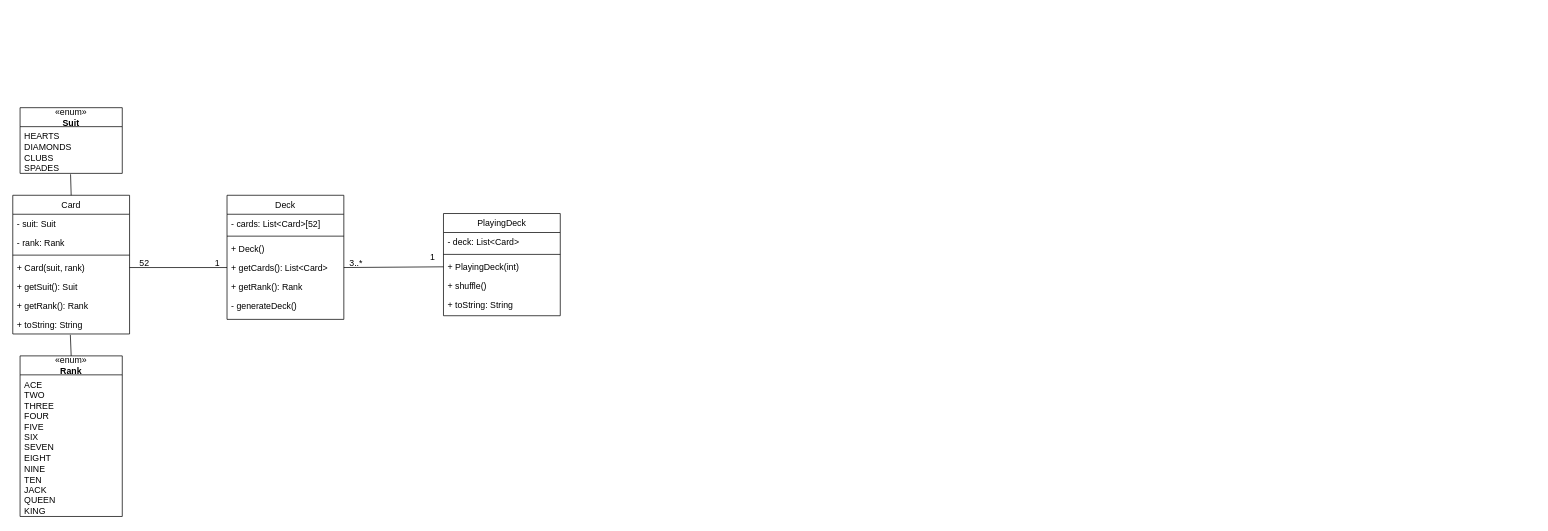
Above: Phase2_UML_Class_Diagrams.drawio in Bob-02/CS401-Blackjack (draw.io), before the change. Source tidied: cells renumbered, new cells numbered last; positions are measured from the earlier drawing's top-left corner, leaving out a move shared by most shapes. Both pictures are drawn from the tidied source at 73%, with x=0, y=0 at pixel (12, 107).
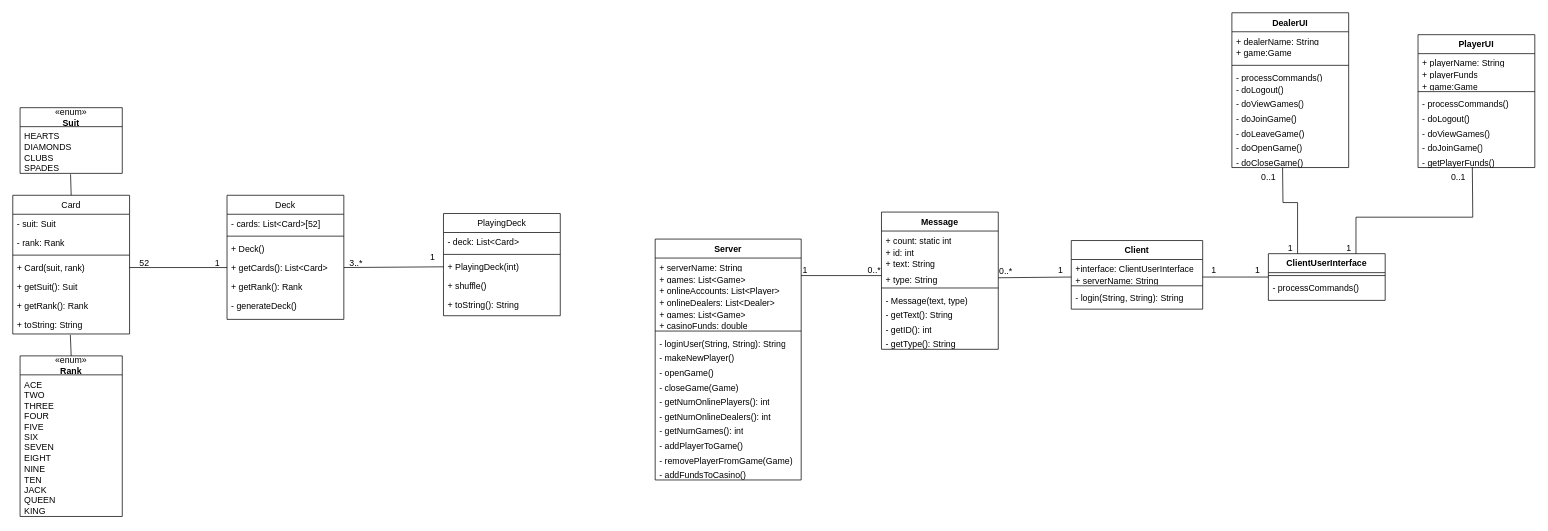
The same page after the edit.

The change refers to these unchanged cells:
```xml
<mxCell id="17" value="PlayingDeck" style="swimlane;fontStyle=0;align=center;verticalAlign=top;horizontal=1;startSize=26;rounded=0;shadow=0;strokeWidth=1;" parent="1" vertex="1">
  <mxGeometry x="590" y="145" width="160" height="140" as="geometry" />
</mxCell>
```

What changed in the source:
```diff
@@
-    <mxCell id="22" value="+ toString: String" style="text;align=left;verticalAlign=top;spacingLeft=4;spacingRight=4;overflow=hidden;" parent="17" vertex="1">
+    <mxCell id="22" value="+ toString(): String" style="text;align=left;verticalAlign=top;spacingLeft=4;spacingRight=4;overflow=hidden;" parent="17" vertex="1">
       <mxGeometry y="112" width="160" height="26" as="geometry" />
     </mxCell>
@@
+    <mxCell id="35" value="PlayerUI" style="swimlane;fontStyle=1;align=center;verticalAlign=top;horizontal=1;startSize=26;whiteSpace=wrap;html=1;" parent="1" vertex="1">
+      <mxGeometry x="1925" y="-100" width="160" height="182" as="geometry" />
+    </mxCell>
+    <mxCell id="36" value="+ playerName: String" style="text;strokeColor=none;fillColor=none;align=left;verticalAlign=top;spacingLeft=4;spacingRight=4;overflow=hidden;whiteSpace=wrap;html=1;" parent="35" vertex="1">
+      <mxGeometry y="26" width="160" height="16" as="geometry" />
+    </mxCell>
+    <mxCell id="37" value="+ playerFunds" style="text;strokeColor=none;fillColor=none;align=left;verticalAlign=top;spacingLeft=4;spacingRight=4;overflow=hidden;whiteSpace=wrap;html=1;" parent="35" vertex="1">
+      <mxGeometry y="42" width="160" height="16" as="geometry" />
+    </mxCell>
+    <mxCell id="38" value="+ game:Game" style="text;strokeColor=none;fillColor=none;align=left;verticalAlign=top;spacingLeft=4;spacingRight=4;overflow=hidden;whiteSpace=wrap;html=1;" parent="35" vertex="1">
+      <mxGeometry y="58" width="160" height="16" as="geometry" />
+    </mxCell>
+    <mxCell id="39" style="line;strokeWidth=1;fillColor=none;align=left;verticalAlign=middle;spacingTop=-1;spacingLeft=3;spacingRight=3;labelPosition=right;strokeColor=inherit;" parent="35" vertex="1">
+      <mxGeometry y="74" width="160" height="8" as="geometry" />
+    </mxCell>
+    <mxCell id="40" value="- processCommands()" style="text;strokeColor=none;fillColor=none;align=left;verticalAlign=top;spacingLeft=4;spacingRight=4;overflow=hidden;whiteSpace=wrap;html=1;" parent="35" vertex="1">
+      <mxGeometry y="82" width="160" height="20" as="geometry" />
+    </mxCell>
+    <mxCell id="41" value="- doLogout()" style="text;strokeColor=none;fillColor=none;align=left;verticalAlign=top;spacingLeft=4;spacingRight=4;overflow=hidden;whiteSpace=wrap;html=1;" parent="35" vertex="1">
+      <mxGeometry y="102" width="160" height="20" as="geometry" />
+    </mxCell>
+    <mxCell id="42" value="- doViewGames()" style="text;strokeColor=none;fillColor=none;align=left;verticalAlign=top;spacingLeft=4;spacingRight=4;overflow=hidden;whiteSpace=wrap;html=1;" parent="35" vertex="1">
+      <mxGeometry y="122" width="160" height="20" as="geometry" />
+    </mxCell>
+    <mxCell id="43" value="- doJoinGame()" style="text;strokeColor=none;fillColor=none;align=left;verticalAlign=top;spacingLeft=4;spacingRight=4;overflow=hidden;whiteSpace=wrap;html=1;" parent="35" vertex="1">
+      <mxGeometry y="142" width="160" height="20" as="geometry" />
+    </mxCell>
+    <mxCell id="44" value="- getPlayerFunds()" style="text;strokeColor=none;fillColor=none;align=left;verticalAlign=top;spacingLeft=4;spacingRight=4;overflow=hidden;points=[[0,0.5],[1,0.5]];portConstraint=eastwest;whiteSpace=wrap;html=1;" parent="35" vertex="1">
+      <mxGeometry y="162" width="160" height="20" as="geometry" />
+    </mxCell>
+    <mxCell id="45" value="DealerUI" style="swimlane;fontStyle=1;align=center;verticalAlign=top;horizontal=1;startSize=26;whiteSpace=wrap;html=1;" parent="1" vertex="1">
+      <mxGeometry x="1670" y="-130" width="160" height="212" as="geometry" />
+    </mxCell>
+    <mxCell id="46" value="+ dealerName: String" style="text;strokeColor=none;fillColor=none;align=left;verticalAlign=top;spacingLeft=4;spacingRight=4;overflow=hidden;whiteSpace=wrap;html=1;" parent="45" vertex="1">
+      <mxGeometry y="26" width="160" height="16" as="geometry" />
+    </mxCell>
+    <mxCell id="47" value="+ game:Game" style="text;strokeColor=none;fillColor=none;align=left;verticalAlign=top;spacingLeft=4;spacingRight=4;overflow=hidden;whiteSpace=wrap;html=1;" parent="45" vertex="1">
+      <mxGeometry y="42" width="160" height="26" as="geometry" />
+    </mxCell>
+    <mxCell id="48" style="line;strokeWidth=1;fillColor=none;align=left;verticalAlign=middle;spacingTop=-1;spacingLeft=3;spacingRight=3;labelPosition=right;strokeColor=inherit;" parent="45" vertex="1">
+      <mxGeometry y="68" width="160" height="8" as="geometry" />
+    </mxCell>
+    <mxCell id="49" value="- processCommands()" style="text;strokeColor=none;fillColor=none;align=left;verticalAlign=top;spacingLeft=4;spacingRight=4;overflow=hidden;whiteSpace=wrap;html=1;" parent="45" vertex="1">
+      <mxGeometry y="76" width="160" height="16" as="geometry" />
+    </mxCell>
+    <mxCell id="50" value="- doLogout()" style="text;strokeColor=none;fillColor=none;align=left;verticalAlign=top;spacingLeft=4;spacingRight=4;overflow=hidden;whiteSpace=wrap;html=1;" parent="45" vertex="1">
+      <mxGeometry y="92" width="160" height="20" as="geometry" />
+    </mxCell>
+    <mxCell id="51" value="- doViewGames()" style="text;strokeColor=none;fillColor=none;align=left;verticalAlign=top;spacingLeft=4;spacingRight=4;overflow=hidden;whiteSpace=wrap;html=1;" parent="45" vertex="1">
+      <mxGeometry y="112" width="160" height="20" as="geometry" />
+    </mxCell>
+    <mxCell id="52" value="- doJoinGame()" style="text;strokeColor=none;fillColor=none;align=left;verticalAlign=top;spacingLeft=4;spacingRight=4;overflow=hidden;whiteSpace=wrap;html=1;" parent="45" vertex="1">
+      <mxGeometry y="132" width="160" height="20" as="geometry" />
+    </mxCell>
+    <mxCell id="53" value="- doLeaveGame()" style="text;strokeColor=none;fillColor=none;align=left;verticalAlign=top;spacingLeft=4;spacingRight=4;overflow=hidden;whiteSpace=wrap;html=1;" parent="45" vertex="1">
+      <mxGeometry y="152" width="160" height="20" as="geometry" />
+    </mxCell>
+    <mxCell id="54" value="- doOpenGame()" style="text;strokeColor=none;fillColor=none;align=left;verticalAlign=top;spacingLeft=4;spacingRight=4;overflow=hidden;whiteSpace=wrap;html=1;" parent="45" vertex="1">
+      <mxGeometry y="172" width="160" height="20" as="geometry" />
+    </mxCell>
+    <mxCell id="55" value="- doCloseGame()" style="text;strokeColor=none;fillColor=none;align=left;verticalAlign=top;spacingLeft=4;spacingRight=4;overflow=hidden;points=[[0,0.5],[1,0.5]];portConstraint=eastwest;whiteSpace=wrap;html=1;" parent="45" vertex="1">
+      <mxGeometry y="192" width="160" height="20" as="geometry" />
+    </mxCell>
+    <mxCell id="56" value="Message" style="swimlane;fontStyle=1;align=center;verticalAlign=top;horizontal=1;startSize=26;whiteSpace=wrap;html=1;" parent="1" vertex="1">
+      <mxGeometry x="1190" y="143" width="160" height="188" as="geometry" />
+    </mxCell>
+    <mxCell id="57" value="+ count: static int" style="text;strokeColor=none;fillColor=none;align=left;verticalAlign=top;spacingLeft=4;spacingRight=4;overflow=hidden;whiteSpace=wrap;html=1;" parent="56" vertex="1">
+      <mxGeometry y="26" width="160" height="16" as="geometry" />
+    </mxCell>
+    <mxCell id="58" value="+ id: int" style="text;strokeColor=none;fillColor=none;align=left;verticalAlign=top;spacingLeft=4;spacingRight=4;overflow=hidden;whiteSpace=wrap;html=1;" parent="56" vertex="1">
+      <mxGeometry y="42" width="160" height="16" as="geometry" />
+    </mxCell>
+    <mxCell id="59" value="+ text: String" style="text;strokeColor=none;fillColor=none;align=left;verticalAlign=top;spacingLeft=4;spacingRight=4;overflow=hidden;whiteSpace=wrap;html=1;" parent="56" vertex="1">
+      <mxGeometry y="58" width="160" height="22" as="geometry" />
+    </mxCell>
+    <mxCell id="60" value="+ type: String" style="text;strokeColor=none;fillColor=none;align=left;verticalAlign=top;spacingLeft=4;spacingRight=4;overflow=hidden;points=[[0,0.5],[1,0.5]];portConstraint=eastwest;whiteSpace=wrap;html=1;" parent="56" vertex="1">
+      <mxGeometry y="80" width="160" height="20" as="geometry" />
+    </mxCell>
+    <mxCell id="61" style="line;strokeWidth=1;fillColor=none;align=left;verticalAlign=middle;spacingTop=-1;spacingLeft=3;spacingRight=3;labelPosition=right;strokeColor=inherit;" parent="56" vertex="1">
+      <mxGeometry y="100" width="160" height="8" as="geometry" />
+    </mxCell>
+    <mxCell id="62" value="- Message(text, type)" style="text;strokeColor=none;fillColor=none;align=left;verticalAlign=top;spacingLeft=4;spacingRight=4;overflow=hidden;whiteSpace=wrap;html=1;" parent="56" vertex="1">
+      <mxGeometry y="108" width="160" height="20" as="geometry" />
+    </mxCell>
+    <mxCell id="63" value="- getText(): String" style="text;strokeColor=none;fillColor=none;align=left;verticalAlign=top;spacingLeft=4;spacingRight=4;overflow=hidden;whiteSpace=wrap;html=1;" parent="56" vertex="1">
+      <mxGeometry y="128" width="160" height="20" as="geometry" />
+    </mxCell>
+    <mxCell id="64" value="- getID(): int&lt;div&gt;&lt;br&gt;&lt;/div&gt;" style="text;strokeColor=none;fillColor=none;align=left;verticalAlign=top;spacingLeft=4;spacingRight=4;overflow=hidden;whiteSpace=wrap;html=1;" parent="56" vertex="1">
+      <mxGeometry y="148" width="160" height="20" as="geometry" />
+    </mxCell>
+    <mxCell id="65" value="&lt;div&gt;- getType(): String&lt;/div&gt;" style="text;strokeColor=none;fillColor=none;align=left;verticalAlign=top;spacingLeft=4;spacingRight=4;overflow=hidden;whiteSpace=wrap;html=1;" parent="56" vertex="1">
+      <mxGeometry y="168" width="160" height="20" as="geometry" />
+    </mxCell>
+    <mxCell id="66" value="Server" style="swimlane;fontStyle=1;align=center;verticalAlign=top;horizontal=1;startSize=26;whiteSpace=wrap;html=1;" parent="1" vertex="1">
+      <mxGeometry x="880" y="180" width="200" height="330" as="geometry" />
+    </mxCell>
+    <mxCell id="67" value="+ serverName: String" style="text;strokeColor=none;fillColor=none;align=left;verticalAlign=top;spacingLeft=4;spacingRight=4;overflow=hidden;whiteSpace=wrap;html=1;" parent="66" vertex="1">
+      <mxGeometry y="26" width="200" height="16" as="geometry" />
+    </mxCell>
+    <mxCell id="68" value="+ games: List&amp;lt;Game&amp;gt;" style="text;strokeColor=none;fillColor=none;align=left;verticalAlign=top;spacingLeft=4;spacingRight=4;overflow=hidden;points=[[0,0.5],[1,0.5]];portConstraint=eastwest;whiteSpace=wrap;html=1;" parent="66" vertex="1">
+      <mxGeometry y="42" width="200" height="16" as="geometry" />
+    </mxCell>
+    <mxCell id="69" value="+ onlineAccounts: List&amp;lt;Player&amp;gt;" style="text;strokeColor=none;fillColor=none;align=left;verticalAlign=top;spacingLeft=4;spacingRight=4;overflow=hidden;whiteSpace=wrap;html=1;" parent="66" vertex="1">
+      <mxGeometry y="58" width="200" height="16" as="geometry" />
+    </mxCell>
+    <mxCell id="70" value="+ onlineDealers: List&amp;lt;Dealer&amp;gt;" style="text;strokeColor=none;fillColor=none;align=left;verticalAlign=top;spacingLeft=4;spacingRight=4;overflow=hidden;whiteSpace=wrap;html=1;" parent="66" vertex="1">
+      <mxGeometry y="74" width="200" height="16" as="geometry" />
+    </mxCell>
+    <mxCell id="71" value="+ games: List&amp;lt;Game&amp;gt;" style="text;strokeColor=none;fillColor=none;align=left;verticalAlign=top;spacingLeft=4;spacingRight=4;overflow=hidden;whiteSpace=wrap;html=1;" parent="66" vertex="1">
+      <mxGeometry y="90" width="200" height="16" as="geometry" />
+    </mxCell>
+    <mxCell id="72" value="+ casinoFunds: double" style="text;strokeColor=none;fillColor=none;align=left;verticalAlign=top;spacingLeft=4;spacingRight=4;overflow=hidden;whiteSpace=wrap;html=1;" parent="66" vertex="1">
+      <mxGeometry y="106" width="200" height="16" as="geometry" />
+    </mxCell>
+    <mxCell id="73" style="line;strokeWidth=1;fillColor=none;align=left;verticalAlign=middle;spacingTop=-1;spacingLeft=3;spacingRight=3;labelPosition=right;strokeColor=inherit;" parent="66" vertex="1">
+      <mxGeometry y="122" width="200" height="8" as="geometry" />
+    </mxCell>
+    <mxCell id="74" value="- loginUser(String, String): String" style="text;strokeColor=none;fillColor=none;align=left;verticalAlign=top;spacingLeft=4;spacingRight=4;overflow=hidden;whiteSpace=wrap;html=1;" parent="66" vertex="1">
+      <mxGeometry y="130" width="200" height="20" as="geometry" />
+    </mxCell>
+    <mxCell id="75" value="- makeNewPlayer()" style="text;strokeColor=none;fillColor=none;align=left;verticalAlign=top;spacingLeft=4;spacingRight=4;overflow=hidden;whiteSpace=wrap;html=1;" parent="66" vertex="1">
+      <mxGeometry y="150" width="200" height="20" as="geometry" />
+    </mxCell>
+    <mxCell id="76" value="- openGame()" style="text;strokeColor=none;fillColor=none;align=left;verticalAlign=top;spacingLeft=4;spacingRight=4;overflow=hidden;whiteSpace=wrap;html=1;" parent="66" vertex="1">
+      <mxGeometry y="170" width="200" height="20" as="geometry" />
+    </mxCell>
+    <mxCell id="77" value="- closeGame(Game)" style="text;strokeColor=none;fillColor=none;align=left;verticalAlign=top;spacingLeft=4;spacingRight=4;overflow=hidden;whiteSpace=wrap;html=1;" parent="66" vertex="1">
+      <mxGeometry y="190" width="200" height="20" as="geometry" />
+    </mxCell>
+    <mxCell id="78" value="- getNumOnlinePlayers(): int" style="text;strokeColor=none;fillColor=none;align=left;verticalAlign=top;spacingLeft=4;spacingRight=4;overflow=hidden;whiteSpace=wrap;html=1;" parent="66" vertex="1">
+      <mxGeometry y="210" width="200" height="20" as="geometry" />
+    </mxCell>
+    <mxCell id="79" value="- getNumOnlineDealers(): int" style="text;strokeColor=none;fillColor=none;align=left;verticalAlign=top;spacingLeft=4;spacingRight=4;overflow=hidden;whiteSpace=wrap;html=1;" parent="66" vertex="1">
+      <mxGeometry y="230" width="200" height="20" as="geometry" />
+    </mxCell>
+    <mxCell id="80" value="- getNumGames(): int" style="text;strokeColor=none;fillColor=none;align=left;verticalAlign=top;spacingLeft=4;spacingRight=4;overflow=hidden;whiteSpace=wrap;html=1;" parent="66" vertex="1">
+      <mxGeometry y="250" width="200" height="20" as="geometry" />
+    </mxCell>
+    <mxCell id="81" value="- addPlayerToGame()" style="text;strokeColor=none;fillColor=none;align=left;verticalAlign=top;spacingLeft=4;spacingRight=4;overflow=hidden;whiteSpace=wrap;html=1;" parent="66" vertex="1">
+      <mxGeometry y="270" width="200" height="20" as="geometry" />
+    </mxCell>
+    <mxCell id="82" value="- removePlayerFromGame(Game)" style="text;strokeColor=none;fillColor=none;align=left;verticalAlign=top;spacingLeft=4;spacingRight=4;overflow=hidden;whiteSpace=wrap;html=1;" parent="66" vertex="1">
+      <mxGeometry y="290" width="200" height="20" as="geometry" />
+    </mxCell>
+    <mxCell id="83" value="- addFundsToCasino()" style="text;strokeColor=none;fillColor=none;align=left;verticalAlign=top;spacingLeft=4;spacingRight=4;overflow=hidden;whiteSpace=wrap;html=1;" parent="66" vertex="1">
+      <mxGeometry y="310" width="200" height="20" as="geometry" />
+    </mxCell>
+    <mxCell id="84" value="Client" style="swimlane;fontStyle=1;align=center;verticalAlign=top;horizontal=1;startSize=26;whiteSpace=wrap;html=1;" parent="1" vertex="1">
+      <mxGeometry x="1450" y="182" width="180" height="94" as="geometry" />
+    </mxCell>
+    <mxCell id="85" value="+interface: ClientUserInterface" style="text;strokeColor=none;fillColor=none;align=left;verticalAlign=top;spacingLeft=4;spacingRight=4;overflow=hidden;whiteSpace=wrap;html=1;" parent="84" vertex="1">
+      <mxGeometry y="26" width="180" height="16" as="geometry" />
+    </mxCell>
+    <mxCell id="86" value="+ serverName: String" style="text;strokeColor=none;fillColor=none;align=left;verticalAlign=top;spacingLeft=4;spacingRight=4;overflow=hidden;points=[[0,0.5],[1,0.5]];portConstraint=eastwest;whiteSpace=wrap;html=1;" parent="84" vertex="1">
+      <mxGeometry y="42" width="180" height="16" as="geometry" />
+    </mxCell>
+    <mxCell id="87" style="line;strokeWidth=1;fillColor=none;align=left;verticalAlign=middle;spacingTop=-1;spacingLeft=3;spacingRight=3;labelPosition=right;strokeColor=inherit;" parent="84" vertex="1">
+      <mxGeometry y="58" width="180" height="8" as="geometry" />
+    </mxCell>
+    <mxCell id="88" value="- login(String, String): String" style="text;strokeColor=none;fillColor=none;align=left;verticalAlign=top;spacingLeft=4;spacingRight=4;overflow=hidden;whiteSpace=wrap;html=1;" parent="84" vertex="1">
+      <mxGeometry y="66" width="180" height="28" as="geometry" />
+    </mxCell>
+    <mxCell id="89" style="endArrow=none;html=1;rounded=0;exitX=1;exitY=0.5;exitDx=0;exitDy=0;entryX=0;entryY=0.5;entryDx=0;entryDy=0;" parent="1" edge="1" source="60" target="86">
+      <mxGeometry relative="1" as="geometry" />
+    </mxCell>
+    <mxCell id="90" style="endArrow=none;html=1;rounded=0;exitX=1;exitY=0.5;exitDx=0;exitDy=0;" parent="1" edge="1" source="68">
+      <mxGeometry relative="1" as="geometry">
+        <mxPoint x="1190" y="230" as="targetPoint" />
+      </mxGeometry>
+    </mxCell>
+    <mxCell id="91" style="whiteSpace=wrap;html=1;fillColor=none;strokeColor=none;" parent="1" vertex="1">
+      <mxGeometry x="1110" y="190" width="30" height="20" as="geometry" />
+    </mxCell>
+    <mxCell id="92" value="1" style="text;html=1;align=center;verticalAlign=middle;strokeColor=none;fillColor=none;" parent="1" vertex="1">
+      <mxGeometry x="1070" y="208" width="30" height="30" as="geometry" />
+    </mxCell>
+    <mxCell id="93" value="0..*" style="text;html=1;align=center;verticalAlign=middle;strokeColor=none;fillColor=none;" parent="1" vertex="1">
+      <mxGeometry x="1160" y="208" width="40" height="30" as="geometry" />
+    </mxCell>
+    <mxCell id="94" value="1" style="text;html=1;align=center;verticalAlign=middle;strokeColor=none;fillColor=none;" parent="1" vertex="1">
+      <mxGeometry x="1420" y="208" width="30" height="30" as="geometry" />
+    </mxCell>
+    <mxCell id="95" value="0..*" style="text;html=1;align=center;verticalAlign=middle;strokeColor=none;fillColor=none;" parent="1" vertex="1">
+      <mxGeometry x="1340" y="210" width="40" height="30" as="geometry" />
+    </mxCell>
+    <mxCell id="96" value="0..1" style="text;html=1;align=center;verticalAlign=middle;strokeColor=none;fillColor=none;" parent="1" vertex="1">
+      <mxGeometry x="1960" y="80" width="40" height="30" as="geometry" />
+    </mxCell>
+    <mxCell id="97" value="0..1" style="text;html=1;align=center;verticalAlign=middle;strokeColor=none;fillColor=none;" parent="1" vertex="1">
+      <mxGeometry x="1700" y="80" width="40" height="30" as="geometry" />
+    </mxCell>
+    <mxCell id="98" value="ClientUserInterface" style="swimlane;fontStyle=1;align=center;verticalAlign=top;horizontal=1;startSize=26;whiteSpace=wrap;html=1;" parent="1" vertex="1">
+      <mxGeometry x="1720" y="200" width="160" height="64" as="geometry" />
+    </mxCell>
+    <mxCell id="99" style="line;strokeWidth=1;fillColor=none;align=left;verticalAlign=middle;spacingTop=-1;spacingLeft=3;spacingRight=3;labelPosition=right;strokeColor=inherit;" parent="98" vertex="1">
+      <mxGeometry y="26" width="160" height="8" as="geometry" />
+    </mxCell>
+    <mxCell id="100" value="- processCommands()" style="text;strokeColor=none;fillColor=none;align=left;verticalAlign=top;spacingLeft=4;spacingRight=4;overflow=hidden;whiteSpace=wrap;html=1;" parent="98" vertex="1">
+      <mxGeometry y="34" width="160" height="30" as="geometry" />
+    </mxCell>
+    <mxCell id="101" style="endArrow=none;html=1;rounded=0;exitX=1;exitY=0.5;exitDx=0;exitDy=0;entryX=0;entryY=0.5;entryDx=0;entryDy=0;" parent="1" edge="1" source="86" target="98">
+      <mxGeometry relative="1" as="geometry" />
+    </mxCell>
+    <mxCell id="102" value="1" style="text;html=1;align=center;verticalAlign=middle;strokeColor=none;fillColor=none;" parent="1" vertex="1">
+      <mxGeometry x="1630" y="208" width="30" height="30" as="geometry" />
+    </mxCell>
+    <mxCell id="103" value="1" style="text;html=1;align=center;verticalAlign=middle;strokeColor=none;fillColor=none;" parent="1" vertex="1">
+      <mxGeometry x="1690" y="208" width="30" height="30" as="geometry" />
+    </mxCell>
+    <mxCell id="104" style="endArrow=none;html=1;rounded=0;exitX=0.75;exitY=0;exitDx=0;exitDy=0;entryX=0.465;entryY=0.971;entryDx=0;entryDy=0;entryPerimeter=0;" parent="1" edge="1" source="98" target="44">
+      <mxGeometry relative="1" as="geometry">
+        <Array as="points">
+          <mxPoint x="1840" y="150" />
+          <mxPoint x="2000" y="150" />
+        </Array>
+      </mxGeometry>
+    </mxCell>
+    <mxCell id="105" style="endArrow=none;html=1;rounded=0;exitX=0.25;exitY=0;exitDx=0;exitDy=0;entryX=0.434;entryY=1.005;entryDx=0;entryDy=0;entryPerimeter=0;" parent="1" edge="1" source="98" target="55">
+      <mxGeometry relative="1" as="geometry">
+        <Array as="points">
+          <mxPoint x="1760" y="130" />
+          <mxPoint x="1740" y="130" />
+        </Array>
+      </mxGeometry>
+    </mxCell>
+    <mxCell id="106" value="1" style="text;html=1;align=center;verticalAlign=middle;strokeColor=none;fillColor=none;" parent="1" vertex="1">
+      <mxGeometry x="1735" y="178" width="30" height="30" as="geometry" />
+    </mxCell>
+    <mxCell id="107" value="1" style="text;html=1;align=center;verticalAlign=middle;strokeColor=none;fillColor=none;" parent="1" vertex="1">
+      <mxGeometry x="1815" y="178" width="30" height="30" as="geometry" />
+    </mxCell>
```
